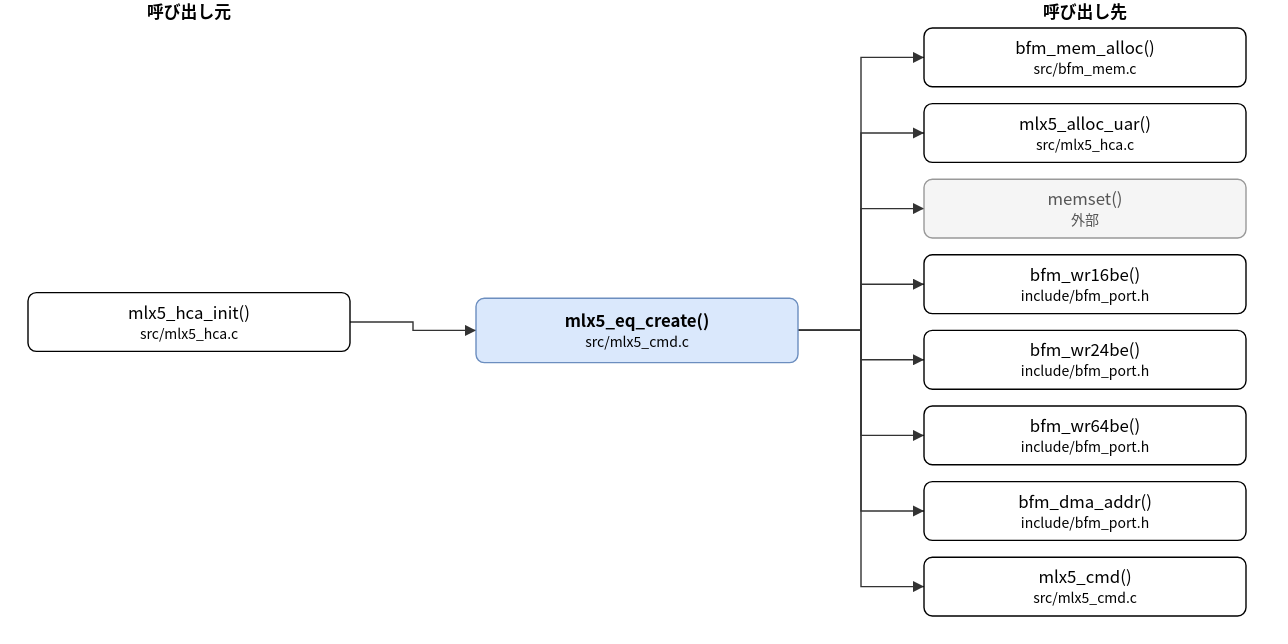
hf355051012-ai/bfmem keeps this draw.io diagram as doc/spec/images/call_src_mlx5_cmd-mlx5_eq_create.drawio.svg. Above is the earlier version. Source tidied: cells renumbered, new cells last; positions are measured from the earlier drawing's top-left corner, leaving out a move shared by most shapes.
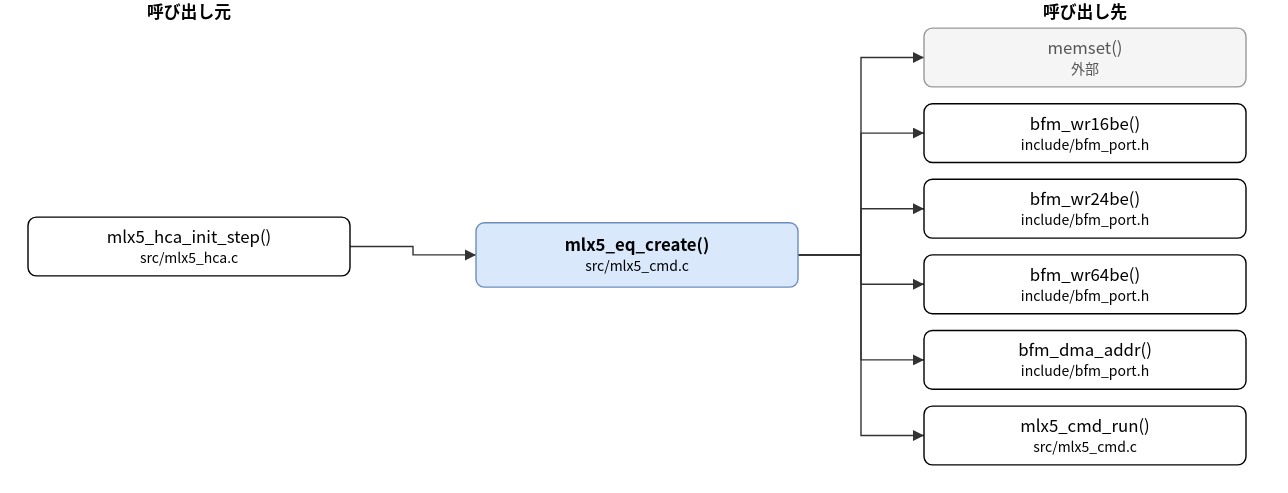
The same file after the commit.

Diff of the diagram source:
```diff
@@ -3,47 +3,41 @@
     <mxCell id="0" />
     <mxCell id="1" parent="0" />
     <mxCell id="2" value="mlx5_eq_create()&lt;br&gt;&lt;font style=&quot;font-size:10px&quot;&gt;src/mlx5_cmd.c&lt;/font&gt;" style="rounded=1;whiteSpace=wrap;html=1;fillColor=#dae8fc;strokeColor=#6c8ebf;fontStyle=1;" parent="1" vertex="1">
-      <mxGeometry x="320" y="213" width="230" height="46" as="geometry" />
+      <mxGeometry x="320" y="159" width="230" height="46" as="geometry" />
     </mxCell>
-    <mxCell id="3" value="mlx5_hca_init()&lt;br&gt;&lt;font style=&quot;font-size:10px&quot;&gt;src/mlx5_hca.c&lt;/font&gt;" style="rounded=1;whiteSpace=wrap;html=1;" parent="1" vertex="1">
-      <mxGeometry y="209" width="230" height="42" as="geometry" />
+    <mxCell id="3" value="mlx5_hca_init_step()&lt;br&gt;&lt;font style=&quot;font-size:10px&quot;&gt;src/mlx5_hca.c&lt;/font&gt;" style="rounded=1;whiteSpace=wrap;html=1;" parent="1" vertex="1">
+      <mxGeometry y="155" width="230" height="42" as="geometry" />
     </mxCell>
-    <mxCell id="4" value="bfm_mem_alloc()&lt;br&gt;&lt;font style=&quot;font-size:10px&quot;&gt;src/bfm_mem.c&lt;/font&gt;" style="rounded=1;whiteSpace=wrap;html=1;" parent="1" vertex="1">
+    <mxCell id="4" value="memset()&lt;br&gt;&lt;font style=&quot;font-size:10px&quot;&gt;外部&lt;/font&gt;" style="rounded=1;whiteSpace=wrap;html=1;fillColor=#f5f5f5;strokeColor=#999999;fontColor=#555555;" parent="1" vertex="1">
       <mxGeometry x="640" y="20" width="230" height="42" as="geometry" />
     </mxCell>
-    <mxCell id="5" value="mlx5_alloc_uar()&lt;br&gt;&lt;font style=&quot;font-size:10px&quot;&gt;src/mlx5_hca.c&lt;/font&gt;" style="rounded=1;whiteSpace=wrap;html=1;" parent="1" vertex="1">
+    <mxCell id="5" value="bfm_wr16be()&lt;br&gt;&lt;font style=&quot;font-size:10px&quot;&gt;include/bfm_port.h&lt;/font&gt;" style="rounded=1;whiteSpace=wrap;html=1;" parent="1" vertex="1">
       <mxGeometry x="640" y="74" width="230" height="42" as="geometry" />
     </mxCell>
-    <mxCell id="6" value="memset()&lt;br&gt;&lt;font style=&quot;font-size:10px&quot;&gt;外部&lt;/font&gt;" style="rounded=1;whiteSpace=wrap;html=1;fillColor=#f5f5f5;strokeColor=#999999;fontColor=#555555;" parent="1" vertex="1">
+    <mxCell id="6" value="bfm_wr24be()&lt;br&gt;&lt;font style=&quot;font-size:10px&quot;&gt;include/bfm_port.h&lt;/font&gt;" style="rounded=1;whiteSpace=wrap;html=1;" parent="1" vertex="1">
       <mxGeometry x="640" y="128" width="230" height="42" as="geometry" />
     </mxCell>
-    <mxCell id="7" value="bfm_wr16be()&lt;br&gt;&lt;font style=&quot;font-size:10px&quot;&gt;include/bfm_port.h&lt;/font&gt;" style="rounded=1;whiteSpace=wrap;html=1;" parent="1" vertex="1">
+    <mxCell id="7" value="bfm_wr64be()&lt;br&gt;&lt;font style=&quot;font-size:10px&quot;&gt;include/bfm_port.h&lt;/font&gt;" style="rounded=1;whiteSpace=wrap;html=1;" parent="1" vertex="1">
       <mxGeometry x="640" y="182" width="230" height="42" as="geometry" />
     </mxCell>
-    <mxCell id="8" value="bfm_wr24be()&lt;br&gt;&lt;font style=&quot;font-size:10px&quot;&gt;include/bfm_port.h&lt;/font&gt;" style="rounded=1;whiteSpace=wrap;html=1;" parent="1" vertex="1">
+    <mxCell id="8" value="bfm_dma_addr()&lt;br&gt;&lt;font style=&quot;font-size:10px&quot;&gt;include/bfm_port.h&lt;/font&gt;" style="rounded=1;whiteSpace=wrap;html=1;" parent="1" vertex="1">
       <mxGeometry x="640" y="236" width="230" height="42" as="geometry" />
     </mxCell>
-    <mxCell id="9" value="bfm_wr64be()&lt;br&gt;&lt;font style=&quot;font-size:10px&quot;&gt;include/bfm_port.h&lt;/font&gt;" style="rounded=1;whiteSpace=wrap;html=1;" parent="1" vertex="1">
+    <mxCell id="9" value="mlx5_cmd_run()&lt;br&gt;&lt;font style=&quot;font-size:10px&quot;&gt;src/mlx5_cmd.c&lt;/font&gt;" style="rounded=1;whiteSpace=wrap;html=1;" parent="1" vertex="1">
       <mxGeometry x="640" y="290" width="230" height="42" as="geometry" />
     </mxCell>
-    <mxCell id="10" value="bfm_dma_addr()&lt;br&gt;&lt;font style=&quot;font-size:10px&quot;&gt;include/bfm_port.h&lt;/font&gt;" style="rounded=1;whiteSpace=wrap;html=1;" parent="1" vertex="1">
-      <mxGeometry x="640" y="344" width="230" height="42" as="geometry" />
-    </mxCell>
-    <mxCell id="11" value="mlx5_cmd()&lt;br&gt;&lt;font style=&quot;font-size:10px&quot;&gt;src/mlx5_cmd.c&lt;/font&gt;" style="rounded=1;whiteSpace=wrap;html=1;" parent="1" vertex="1">
-      <mxGeometry x="640" y="398" width="230" height="42" as="geometry" />
-    </mxCell>
     <mxCell id="12" style="edgeStyle=none;html=1;rounded=0;endArrow=block;endFill=1;exitX=1.0000;exitY=0.5000;exitDx=0;exitDy=0;exitPerimeter=0;entryX=0.0000;entryY=0.5000;entryDx=0;entryDy=0;entryPerimeter=0;" parent="1" edge="1" source="3" target="2">
       <mxGeometry relative="1" as="geometry">
         <Array as="points">
-          <mxPoint x="275" y="230" />
-          <mxPoint x="275" y="236" />
+          <mxPoint x="275" y="176" />
+          <mxPoint x="275" y="182" />
         </Array>
       </mxGeometry>
     </mxCell>
     <mxCell id="13" style="edgeStyle=none;html=1;rounded=0;endArrow=block;endFill=1;exitX=1.0000;exitY=0.5000;exitDx=0;exitDy=0;exitPerimeter=0;entryX=0.0000;entryY=0.5000;entryDx=0;entryDy=0;entryPerimeter=0;" parent="1" edge="1" source="2" target="4">
       <mxGeometry relative="1" as="geometry">
         <Array as="points">
-          <mxPoint x="595" y="236" />
+          <mxPoint x="595" y="182" />
           <mxPoint x="595" y="41" />
         </Array>
       </mxGeometry>
@@ -51,7 +45,7 @@
     <mxCell id="14" style="edgeStyle=none;html=1;rounded=0;endArrow=block;endFill=1;exitX=1.0000;exitY=0.5000;exitDx=0;exitDy=0;exitPerimeter=0;entryX=0.0000;entryY=0.5000;entryDx=0;entryDy=0;entryPerimeter=0;" parent="1" edge="1" source="2" target="5">
       <mxGeometry relative="1" as="geometry">
         <Array as="points">
-          <mxPoint x="595" y="236" />
+          <mxPoint x="595" y="182" />
           <mxPoint x="595" y="95" />
         </Array>
       </mxGeometry>
@@ -59,7 +53,7 @@
     <mxCell id="15" style="edgeStyle=none;html=1;rounded=0;endArrow=block;endFill=1;exitX=1.0000;exitY=0.5000;exitDx=0;exitDy=0;exitPerimeter=0;entryX=0.0000;entryY=0.5000;entryDx=0;entryDy=0;entryPerimeter=0;" parent="1" edge="1" source="2" target="6">
       <mxGeometry relative="1" as="geometry">
         <Array as="points">
-          <mxPoint x="595" y="236" />
+          <mxPoint x="595" y="182" />
           <mxPoint x="595" y="149" />
         </Array>
       </mxGeometry>
@@ -67,7 +61,7 @@
     <mxCell id="16" style="edgeStyle=none;html=1;rounded=0;endArrow=block;endFill=1;exitX=1.0000;exitY=0.5000;exitDx=0;exitDy=0;exitPerimeter=0;entryX=0.0000;entryY=0.5000;entryDx=0;entryDy=0;entryPerimeter=0;" parent="1" edge="1" source="2" target="7">
       <mxGeometry relative="1" as="geometry">
         <Array as="points">
-          <mxPoint x="595" y="236" />
+          <mxPoint x="595" y="182" />
           <mxPoint x="595" y="203" />
         </Array>
       </mxGeometry>
@@ -75,7 +69,7 @@
     <mxCell id="17" style="edgeStyle=none;html=1;rounded=0;endArrow=block;endFill=1;exitX=1.0000;exitY=0.5000;exitDx=0;exitDy=0;exitPerimeter=0;entryX=0.0000;entryY=0.5000;entryDx=0;entryDy=0;entryPerimeter=0;" parent="1" edge="1" source="2" target="8">
       <mxGeometry relative="1" as="geometry">
         <Array as="points">
-          <mxPoint x="595" y="236" />
+          <mxPoint x="595" y="182" />
           <mxPoint x="595" y="257" />
         </Array>
       </mxGeometry>
@@ -83,27 +77,11 @@
     <mxCell id="18" style="edgeStyle=none;html=1;rounded=0;endArrow=block;endFill=1;exitX=1.0000;exitY=0.5000;exitDx=0;exitDy=0;exitPerimeter=0;entryX=0.0000;entryY=0.5000;entryDx=0;entryDy=0;entryPerimeter=0;" parent="1" edge="1" source="2" target="9">
       <mxGeometry relative="1" as="geometry">
         <Array as="points">
-          <mxPoint x="595" y="236" />
+          <mxPoint x="595" y="182" />
           <mxPoint x="595" y="311" />
         </Array>
       </mxGeometry>
     </mxCell>
-    <mxCell id="19" style="edgeStyle=none;html=1;rounded=0;endArrow=block;endFill=1;exitX=1.0000;exitY=0.5000;exitDx=0;exitDy=0;exitPerimeter=0;entryX=0.0000;entryY=0.5000;entryDx=0;entryDy=0;entryPerimeter=0;" parent="1" edge="1" source="2" target="10">
-      <mxGeometry relative="1" as="geometry">
-        <Array as="points">
-          <mxPoint x="595" y="236" />
-          <mxPoint x="595" y="365" />
-        </Array>
-      </mxGeometry>
-    </mxCell>
-    <mxCell id="20" style="edgeStyle=none;html=1;rounded=0;endArrow=block;endFill=1;exitX=1.0000;exitY=0.5000;exitDx=0;exitDy=0;exitPerimeter=0;entryX=0.0000;entryY=0.5000;entryDx=0;entryDy=0;entryPerimeter=0;" parent="1" edge="1" source="2" target="11">
-      <mxGeometry relative="1" as="geometry">
-        <Array as="points">
-          <mxPoint x="595" y="236" />
-          <mxPoint x="595" y="419" />
-        </Array>
-      </mxGeometry>
-    </mxCell>
     <mxCell id="21" value="呼び出し元" style="text;html=1;align=center;fontStyle=1;" parent="1" vertex="1">
       <mxGeometry x="35" width="160" height="18" as="geometry" />
     </mxCell>
```
